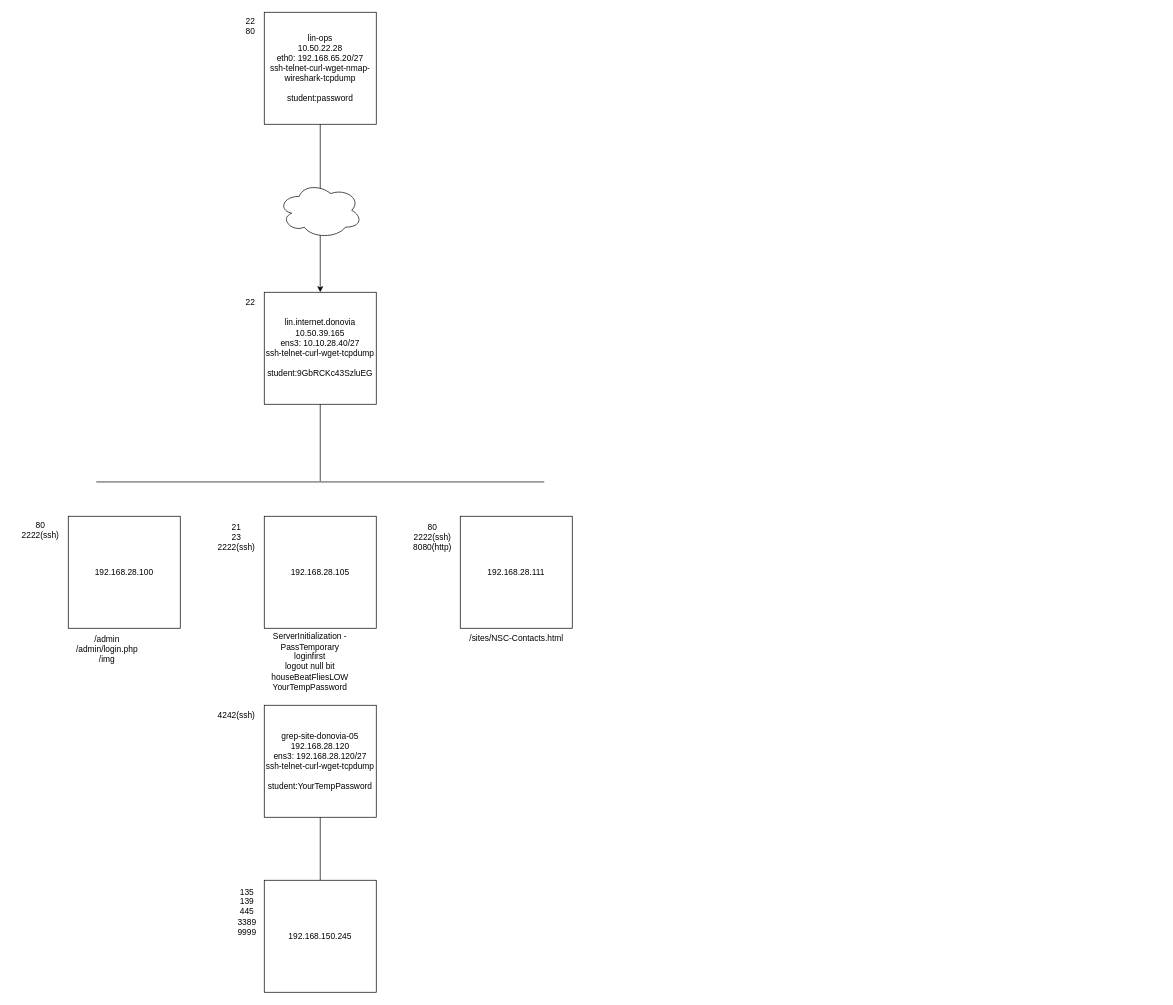
Before: Security/Greenberg/Untitled Diagram.drawio in TheWaltuh/COSC-Notes, a draw.io diagram. Source tidied: cells renumbered, new cells numbered last; positions are measured from the earlier drawing's top-left corner, leaving out a move shared by most shapes. Both pictures are drawn from the tidied source at 70%, with x=0, y=0 at pixel (12, 12).
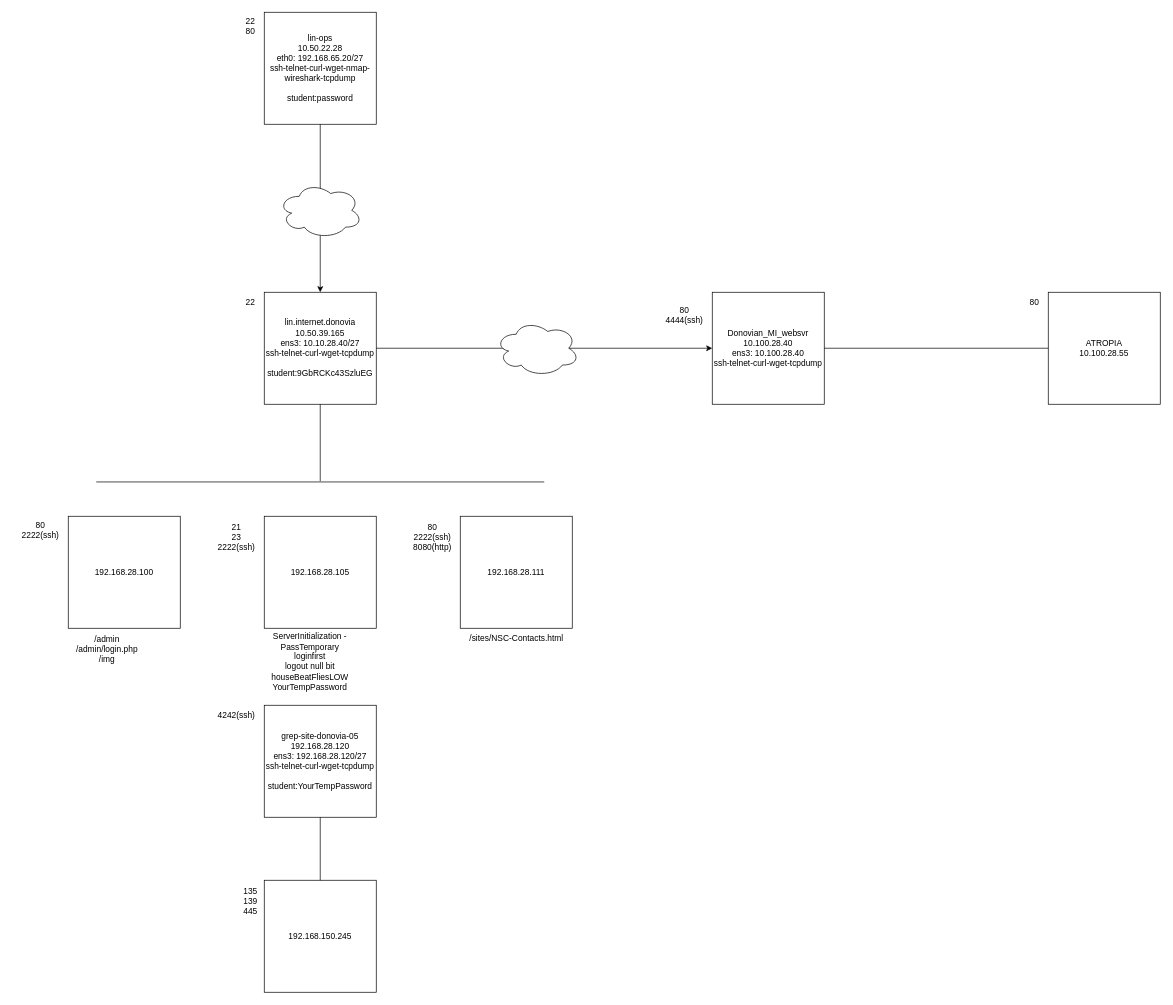
Above is the later version.

The change refers to these unchanged cells:
```xml
<mxCell id="4" value="&lt;div&gt;lin.internet.donovia&lt;br&gt;&lt;/div&gt;&lt;div&gt;10.50.39.165&lt;/div&gt;&lt;div&gt;ens3: 10.10.28.40/27&lt;/div&gt;&lt;div&gt;ssh-telnet-curl-wget-tcpdump&lt;/div&gt;&lt;div&gt;&lt;br&gt;&lt;/div&gt;&lt;div&gt;student:9GbRCKc43SzluEG&lt;br&gt;&lt;/div&gt;" style="whiteSpace=wrap;html=1;" parent="1" vertex="1">
  <mxGeometry x="360" y="400" width="160" height="160" as="geometry" />
</mxCell>
```

Diff of the diagram source:
```diff
@@
-    <mxCell id="22" value="&lt;div&gt;135&lt;/div&gt;&lt;div&gt;139&lt;/div&gt;&lt;div&gt;445&lt;/div&gt;&lt;div&gt;3389&lt;/div&gt;&lt;div&gt;9999&lt;br&gt;&lt;/div&gt;" style="text;html=1;align=center;verticalAlign=middle;strokeColor=none;fillColor=none;" parent="1" vertex="1">
-      <mxGeometry x="310" y="1240" width="50" height="90" as="geometry" />
+    <mxCell id="22" value="&lt;div&gt;135&lt;/div&gt;&lt;div&gt;139&lt;/div&gt;&lt;div&gt;445&lt;/div&gt;" style="text;html=1;align=center;verticalAlign=middle;strokeColor=none;fillColor=none;" parent="1" vertex="1">
+      <mxGeometry x="320" y="1240" width="40" height="60" as="geometry" />
     </mxCell>
@@
+    <mxCell id="24" value="&lt;div&gt;Donovian_MI_websvr&lt;/div&gt;&lt;div&gt;10.100.28.40&lt;/div&gt;&lt;div&gt;ens3: 10.100.28.40&lt;br&gt;&lt;/div&gt;&lt;div&gt;ssh-telnet-curl-wget-tcpdump&lt;br&gt;&lt;/div&gt;" style="whiteSpace=wrap;html=1;" parent="1" vertex="1">
+      <mxGeometry x="1000" y="400" width="160" height="160" as="geometry" />
+    </mxCell>
+    <mxCell id="25" style="endArrow=classic;html=1;rounded=0;exitX=1;exitY=0.5;exitDx=0;exitDy=0;entryX=0;entryY=0.5;entryDx=0;entryDy=0;" parent="1" edge="1" source="4" target="24">
+      <mxGeometry relative="1" as="geometry" />
+    </mxCell>
+    <mxCell id="26" style="ellipse;shape=cloud;whiteSpace=wrap;html=1;" parent="1" vertex="1">
+      <mxGeometry x="690" y="440" width="120" height="80" as="geometry" />
+    </mxCell>
+    <mxCell id="27" value="&lt;div&gt;80&lt;/div&gt;&lt;div&gt;4444(ssh)&lt;br&gt;&lt;/div&gt;" style="text;html=1;align=center;verticalAlign=middle;strokeColor=none;fillColor=none;" parent="1" vertex="1">
+      <mxGeometry x="920" y="413" width="80" height="40" as="geometry" />
+    </mxCell>
+    <mxCell id="28" value="&lt;div&gt;ATROPIA&lt;/div&gt;&lt;div&gt;10.100.28.55&lt;br&gt;&lt;/div&gt;" style="whiteSpace=wrap;html=1;" parent="1" vertex="1">
+      <mxGeometry x="1480" y="400" width="160" height="160" as="geometry" />
+    </mxCell>
+    <mxCell id="29" style="endArrow=none;html=1;rounded=0;exitX=1;exitY=0.5;exitDx=0;exitDy=0;entryX=0;entryY=0.5;entryDx=0;entryDy=0;" parent="1" edge="1" source="24" target="28">
+      <mxGeometry relative="1" as="geometry" />
+    </mxCell>
+    <mxCell id="30" value="80" style="text;html=1;align=center;verticalAlign=middle;strokeColor=none;fillColor=none;" parent="1" vertex="1">
+      <mxGeometry x="1440" y="400" width="40" height="30" as="geometry" />
+    </mxCell>
```
